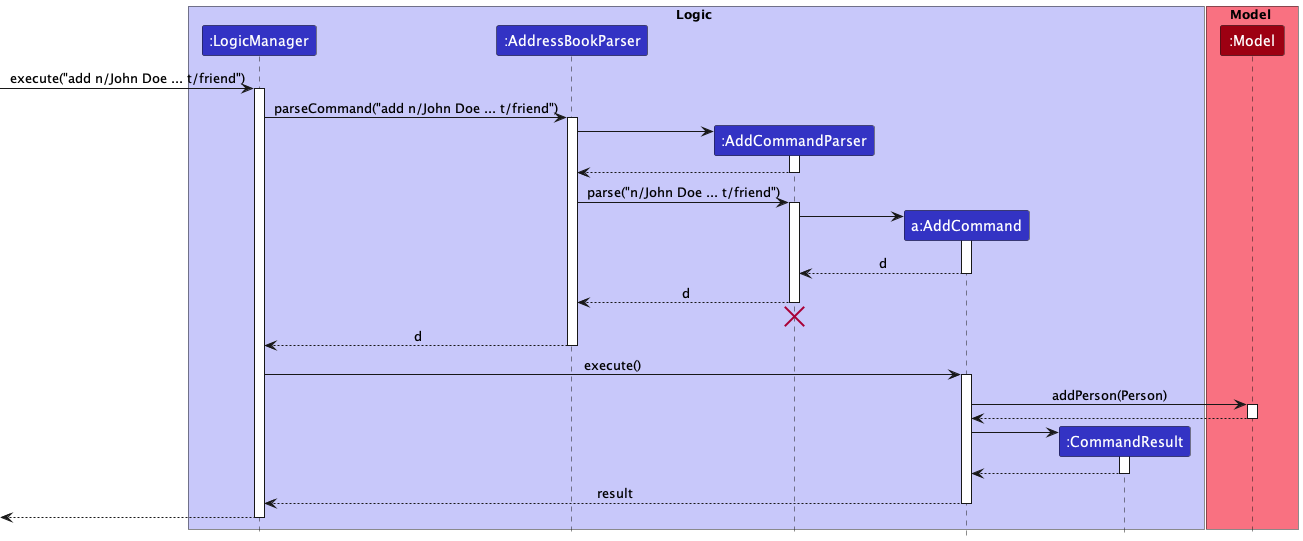
The PlantUML diagram docs/images/AddSequenceDiagram.png in nus-cs2103-AY2223S1/tp, before a commit. The source it was exported from:
```plantuml
@startuml
!include style.puml

box Logic LOGIC_COLOR_T1
participant ":LogicManager" as LogicManager LOGIC_COLOR
participant ":AddressBookParser" as AddressBookParser LOGIC_COLOR
participant ":AddCommandParser" as AddCommandParser LOGIC_COLOR
participant "a:AddCommand" as AddCommand LOGIC_COLOR
participant ":CommandResult" as CommandResult LOGIC_COLOR
end box

box Model MODEL_COLOR_T1
participant ":Model" as Model MODEL_COLOR
end box

[-> LogicManager : execute("add n/John Doe ... t/friend")
activate LogicManager

LogicManager -> AddressBookParser : parseCommand("add n/John Doe ... t/friend")
activate AddressBookParser

create AddCommandParser
AddressBookParser -> AddCommandParser
activate AddCommandParser

AddCommandParser --> AddressBookParser
deactivate AddCommandParser

AddressBookParser -> AddCommandParser : parse("n/John Doe ... t/friend")
activate AddCommandParser

create AddCommand
AddCommandParser -> AddCommand
activate AddCommand

AddCommand --> AddCommandParser : d
deactivate AddCommand

AddCommandParser --> AddressBookParser : d
deactivate AddCommandParser
AddCommandParser -[hidden]-> AddressBookParser
destroy AddCommandParser

AddressBookParser --> LogicManager : d
deactivate AddressBookParser

LogicManager -> AddCommand : execute()
activate AddCommand

AddCommand -> Model : addPerson(Person)
activate Model

Model --> AddCommand
deactivate Model

create CommandResult
AddCommand -> CommandResult
activate CommandResult

CommandResult --> AddCommand
deactivate CommandResult

AddCommand --> LogicManager : result
deactivate AddCommand

[<--LogicManager
deactivate LogicManager
@enduml
```
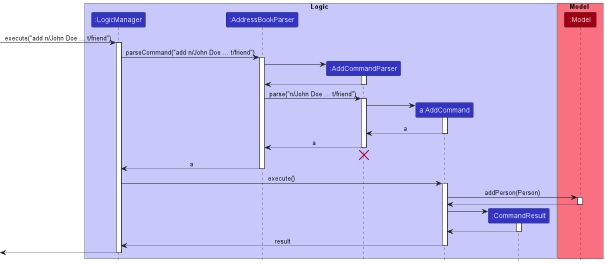
After the commit.

The edit, as a diff of the source:
```diff
@@ -33,15 +33,15 @@
 AddCommandParser -> AddCommand
 activate AddCommand
 
-AddCommand --> AddCommandParser : d
+AddCommand --> AddCommandParser : a
 deactivate AddCommand
 
-AddCommandParser --> AddressBookParser : d
+AddCommandParser --> AddressBookParser : a
 deactivate AddCommandParser
 AddCommandParser -[hidden]-> AddressBookParser
 destroy AddCommandParser
 
-AddressBookParser --> LogicManager : d
+AddressBookParser --> LogicManager : a
 deactivate AddressBookParser
 
 LogicManager -> AddCommand : execute()
```
